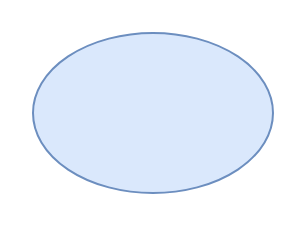
Before: page "Page-2" (2 of 2) of docs/assets/drawio/demo.drawio in ShaoOrg/bulletin, a draw.io diagram. Source tidied: cells renumbered, new cells numbered last; positions are measured from the earlier drawing's top-left corner, leaving out a move shared by most shapes. Both pictures are drawn from the tidied source at 200%, with x=0, y=0 at pixel (32, 32).
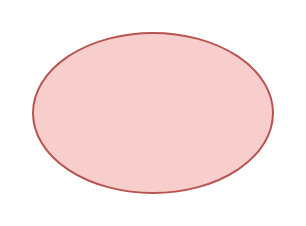
The same diagram, later.

Diff of the diagram source:
```diff
@@
 <mxGraphModel>
   <root>
     <mxCell id="0" />
     <mxCell id="1" parent="0" />
-    <mxCell id="2" style="ellipse;whiteSpace=wrap;html=1;fillColor=#dae8fc;strokeColor=#6c8ebf;" parent="1" vertex="1">
+    <mxCell id="2" style="ellipse;whiteSpace=wrap;html=1;fillColor=#f8cecc;strokeColor=#b85450;" parent="1" vertex="1">
       <mxGeometry width="120" height="80" as="geometry" />
     </mxCell>
   </root>
 </mxGraphModel>
```
